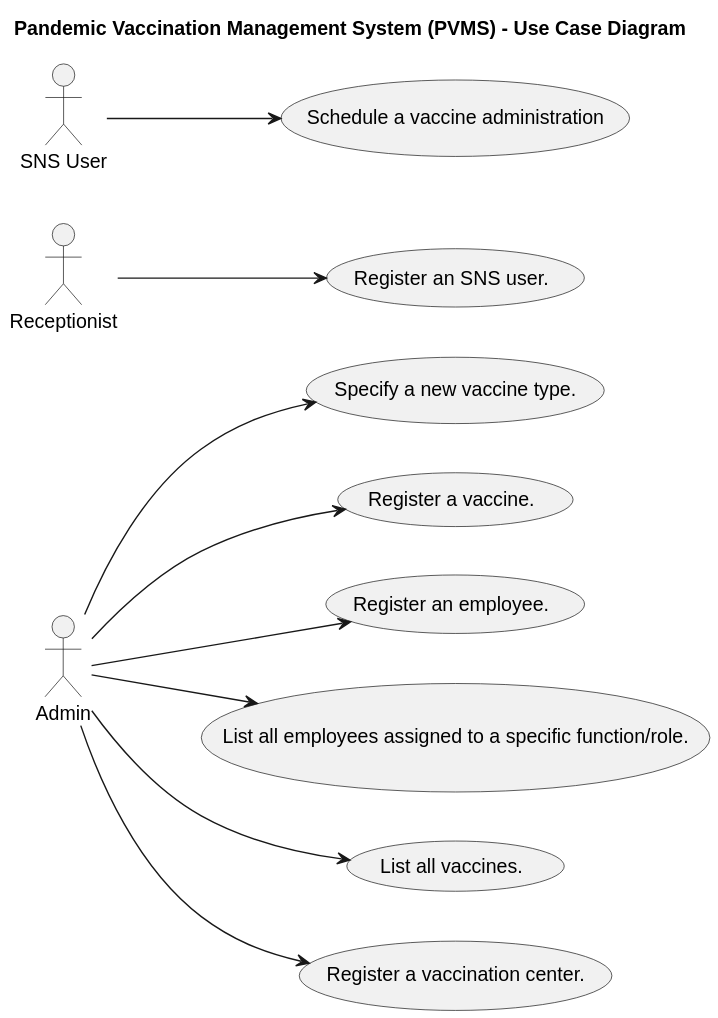
The PlantUML diagram docs/system-documentation/global-artifacts/svg/UCD.svg in Parafita123/leti-esoft-25-26-B1, before a commit.
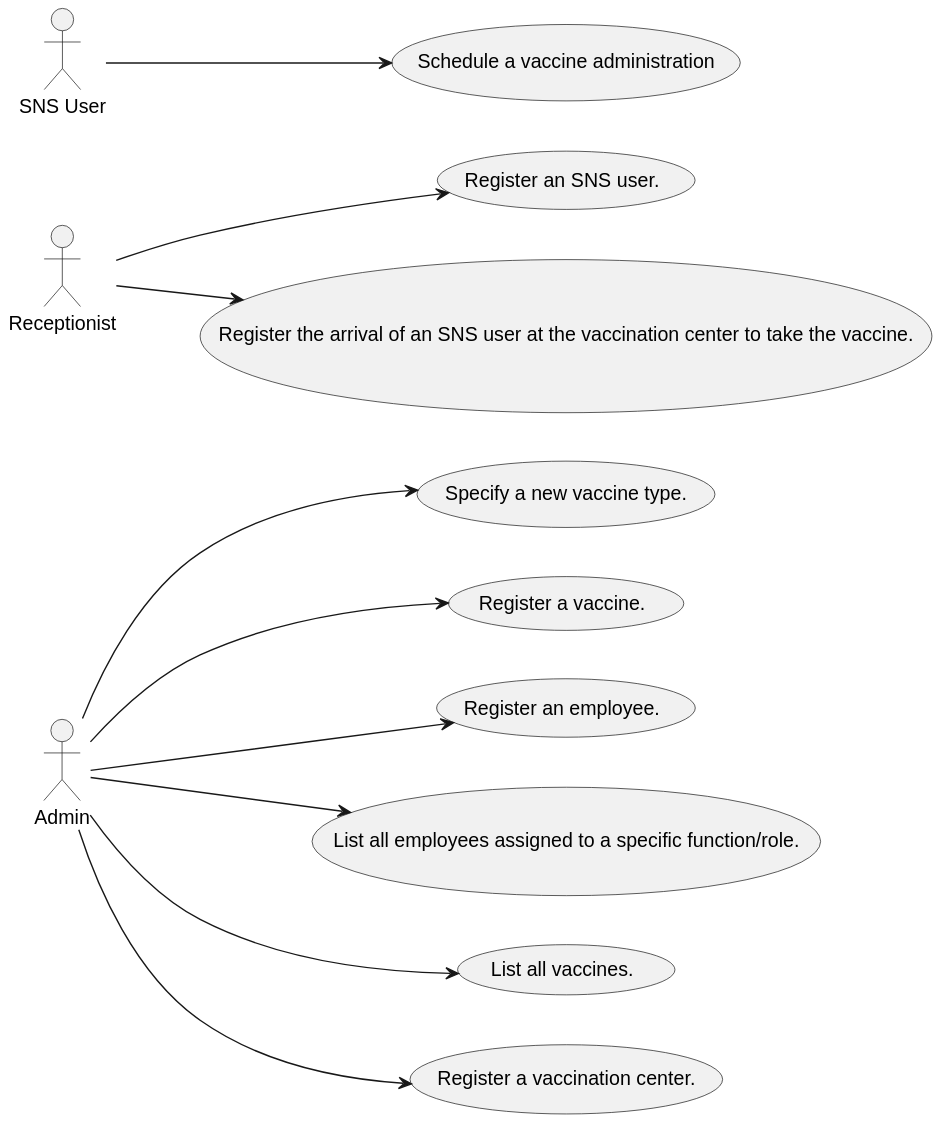
The same file after the commit.

Diff of the diagram source:
```diff
@@ -1,5 +1,4 @@
 @startuml
-title Pandemic Vaccination Management System (PVMS) - Use Case Diagram
 left to right direction
 
 actor "Admin" as admin
@@ -17,7 +16,7 @@
   (Register a vaccination center.) as US13
   (Register an SNS user.) as US20
   (Schedule a vaccine administration) as US30
-
+  (Register the arrival of an SNS user at the vaccination center to take the vaccine.) as US22
 
 
 
@@ -29,6 +28,7 @@
 admin --> US13
 
 recep --> US20
+recep --> US22
 
 user --> US30
 @enduml
```
